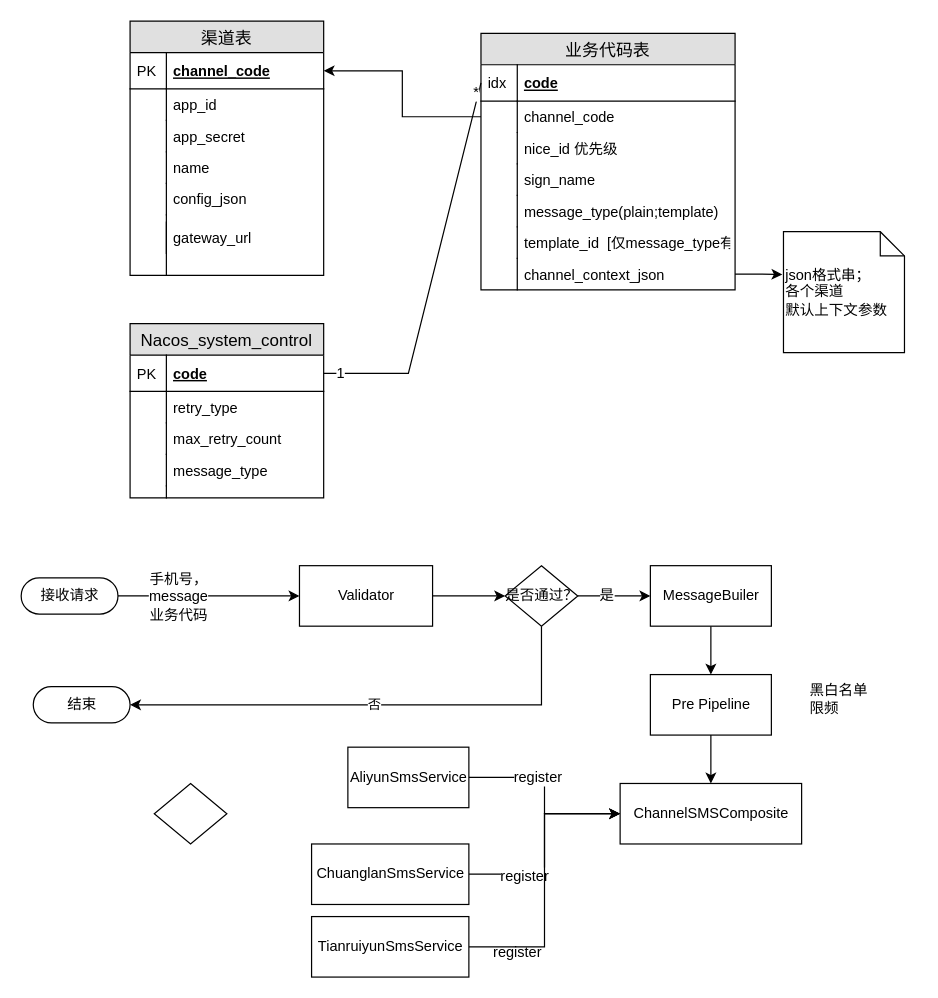
hellojd2018/ms_document keeps this draw.io diagram as notify.drawio. Above is the earlier version. Source tidied: cells renumbered, new cells numbered last; positions are measured from the earlier drawing's top-left corner, leaving out a move shared by most shapes. Both pictures are drawn from the tidied source at 121%, with x=0, y=0 at pixel (21, 21).
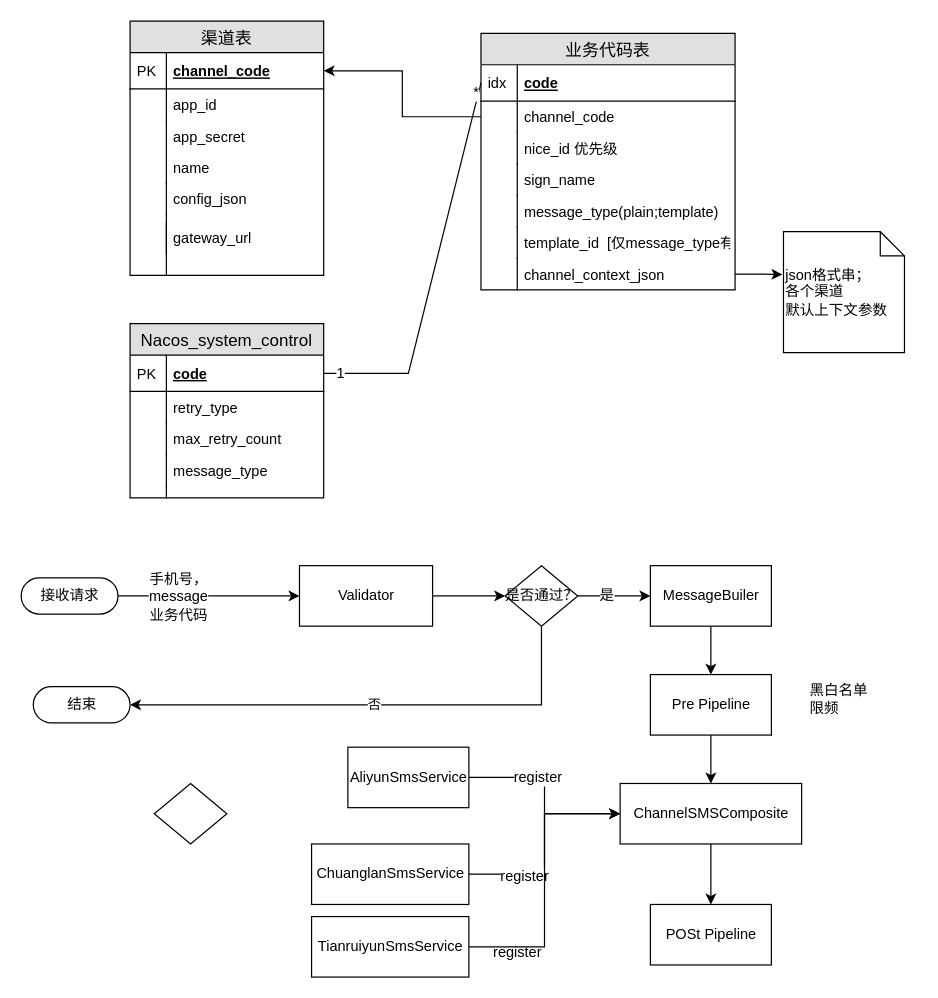
The same diagram, later.

Unchanged cells that the change refers to:
```xml
<mxCell id="63" value="ChannelSMSComposite" style="html=1;dashed=0;whitespace=wrap;" parent="1" vertex="1">
  <mxGeometry x="495" y="630" width="150" height="50" as="geometry" />
</mxCell>
```

The edit, as a diff of the source:
```diff
@@
+    <mxCell id="76" style="edgeStyle=orthogonalEdgeStyle;rounded=0;jettySize=auto;html=1;exitX=0.5;exitY=1;exitDx=0;exitDy=0;entryX=0.5;entryY=0;entryDx=0;entryDy=0;" parent="1" edge="1" source="63" target="77">
+      <mxGeometry relative="1" as="geometry" />
+    </mxCell>
@@
+    <mxCell id="77" value="POSt Pipeline" style="html=1;dashed=0;whitespace=wrap;" parent="1" vertex="1">
+      <mxGeometry x="520" y="730" width="100" height="50" as="geometry" />
+    </mxCell>
```
